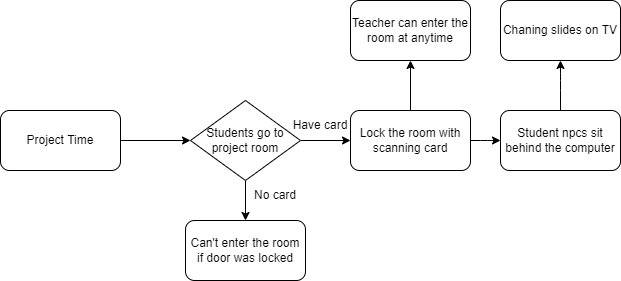
Earlier version of the draw.io export docs/img/Project time.drawio.png (Louis-de-Lavenne-de-Choulot/ALGOSUP_2022_Project_4_F). Source tidied: cells renumbered, new cells last; positions are measured from the earlier drawing's top-left corner, leaving out a move shared by most shapes.
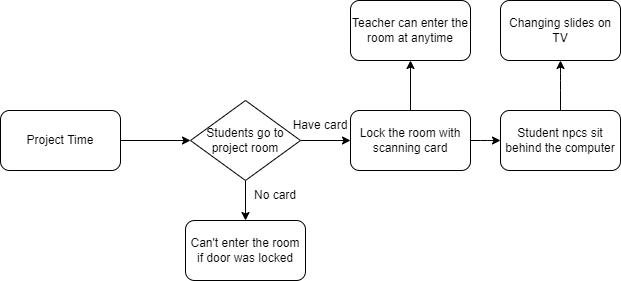
The same diagram one commit later.

The edit, as a diff of the source:
```diff
@@ -51,7 +51,7 @@
     <mxCell id="14" value="Student npcs sit behind the computer" style="rounded=1;whiteSpace=wrap;html=1;sketch=0;" parent="1" vertex="1">
       <mxGeometry x="500" y="110" width="120" height="60" as="geometry" />
     </mxCell>
-    <mxCell id="15" value="Chaning slides on TV" style="rounded=1;whiteSpace=wrap;html=1;sketch=0;" parent="1" vertex="1">
+    <mxCell id="15" value="Changing slides on TV" style="rounded=1;whiteSpace=wrap;html=1;sketch=0;" parent="1" vertex="1">
       <mxGeometry x="500" width="120" height="60" as="geometry" />
     </mxCell>
     <mxCell id="16" value="Teacher can enter the room at anytime" style="rounded=1;whiteSpace=wrap;html=1;sketch=0;" parent="1" vertex="1">
```
